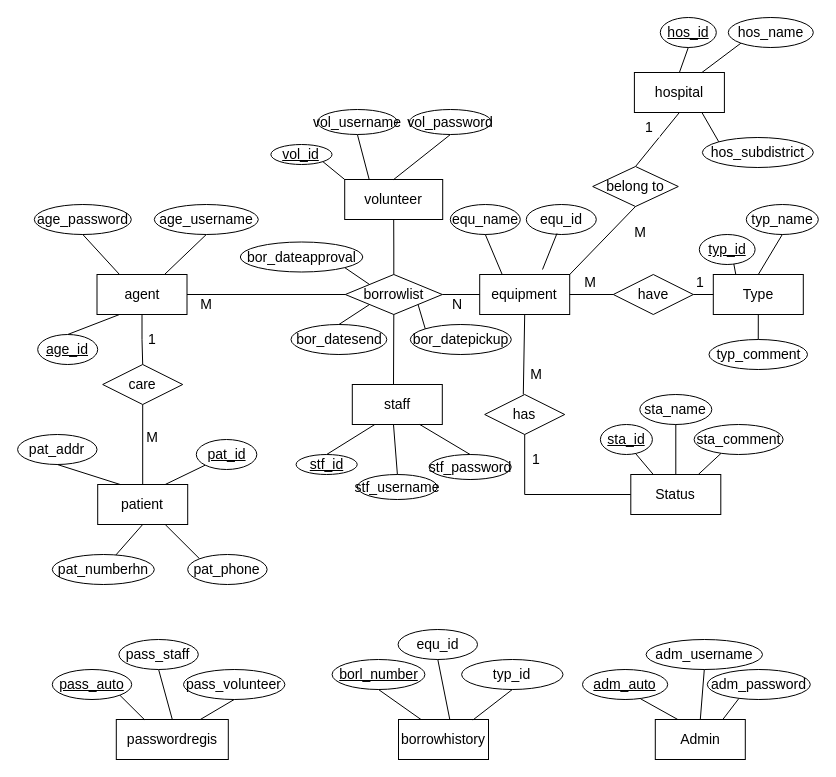
This is ER_overall_ระบบรวม_jmk_medstock.drawio from oown-mac/jmk_medstock_diagram, a draw.io file, before an edit. Source tidied: cells renumbered, new cells numbered last; positions are measured from the earlier drawing's top-left corner, leaving out a move shared by most shapes. Both pictures are drawn from the tidied source at 100%, with x=0, y=0 at pixel (17, 17).
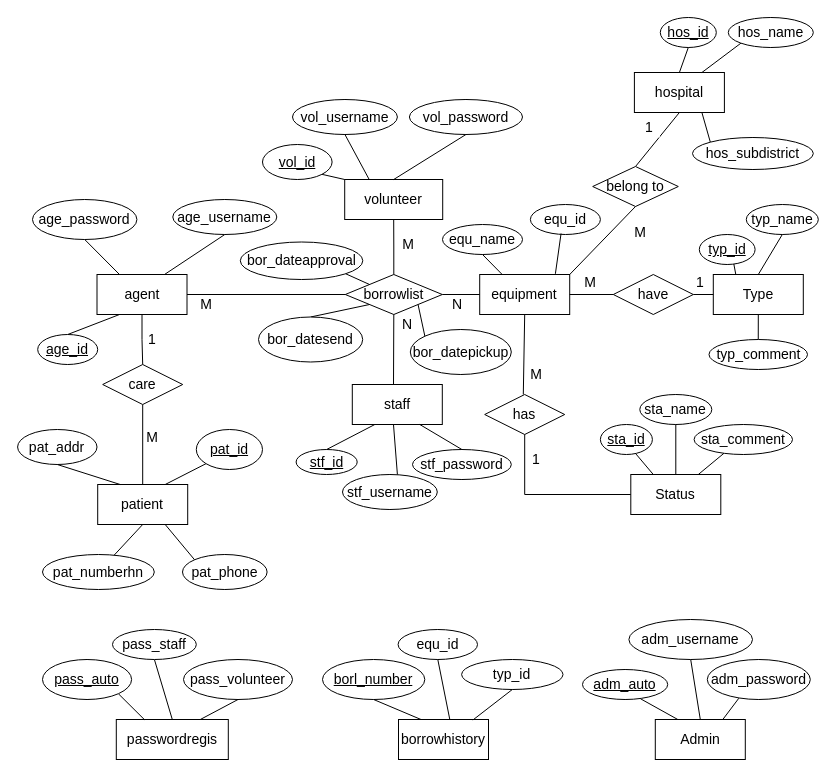
The same diagram, later.

The change refers to these unchanged cells:
```xml
<mxCell id="9" value="&lt;div&gt;&lt;font&gt;equipment&lt;/font&gt;&lt;/div&gt;" style="rounded=0;whiteSpace=wrap;html=1;fontSize=14;" parent="1" vertex="1">
  <mxGeometry x="462.2" y="257" width="90" height="40" as="geometry" />
</mxCell>
```

Change to the diagram source:
```diff
@@
     <mxCell id="37" value="&lt;font&gt;age_username&lt;/font&gt;" style="ellipse;whiteSpace=wrap;html=1;fontSize=14;" parent="1" vertex="1">
-      <mxGeometry x="136.8" y="187" width="104" height="30" as="geometry" />
+      <mxGeometry x="155.3" y="182" width="104" height="35" as="geometry" />
     </mxCell>
@@
     <mxCell id="41" value="&lt;font&gt;age_password&lt;/font&gt;" style="ellipse;whiteSpace=wrap;html=1;fontSize=14;" parent="1" vertex="1">
-      <mxGeometry x="16.8" y="187" width="97" height="30" as="geometry" />
+      <mxGeometry x="15" y="182" width="104.4" height="40" as="geometry" />
     </mxCell>
     <mxCell id="42" value="&lt;font&gt;equ_name&lt;/font&gt;" style="ellipse;whiteSpace=wrap;html=1;fontSize=14;" parent="1" vertex="1">
-      <mxGeometry x="432.8" y="187" width="70" height="30" as="geometry" />
+      <mxGeometry x="425" y="207" width="80" height="30" as="geometry" />
     </mxCell>
@@
     <mxCell id="49" value="&lt;font&gt;sta_comment&lt;/font&gt;" style="ellipse;whiteSpace=wrap;html=1;fontSize=14;" parent="1" vertex="1">
-      <mxGeometry x="676.6" y="407" width="89" height="30" as="geometry" />
+      <mxGeometry x="676.6" y="407" width="98.4" height="30" as="geometry" />
     </mxCell>
@@
     <mxCell id="52" value="&lt;font&gt;pat_numberhn&lt;/font&gt;" style="ellipse;whiteSpace=wrap;html=1;fontSize=14;" parent="1" vertex="1">
-      <mxGeometry x="34.8" y="537" width="102" height="30" as="geometry" />
+      <mxGeometry x="25" y="537" width="111.8" height="35" as="geometry" />
     </mxCell>
@@
     <mxCell id="54" value="&lt;font&gt;&lt;u&gt;pat_id&lt;/u&gt;&lt;/font&gt;" style="ellipse;whiteSpace=wrap;html=1;fontSize=14;" parent="1" vertex="1">
-      <mxGeometry x="178.8" y="422" width="60.5" height="30" as="geometry" />
+      <mxGeometry x="178.8" y="412" width="66.2" height="40" as="geometry" />
     </mxCell>
     <mxCell id="55" value="&lt;font&gt;pat_phone&lt;/font&gt;" style="ellipse;whiteSpace=wrap;html=1;fontSize=14;" parent="1" vertex="1">
-      <mxGeometry x="170.2" y="537" width="79.4" height="30" as="geometry" />
+      <mxGeometry x="165" y="537" width="84.6" height="35" as="geometry" />
     </mxCell>
     <mxCell id="56" value="&lt;font&gt;bor_datepickup&lt;/font&gt;" style="ellipse;whiteSpace=wrap;html=1;fontSize=14;" parent="1" vertex="1">
-      <mxGeometry x="392.8" y="307" width="101" height="30" as="geometry" />
+      <mxGeometry x="392.8" y="312" width="101" height="45" as="geometry" />
     </mxCell>
@@
     <mxCell id="59" value="&lt;font&gt;adm_password&lt;/font&gt;" style="ellipse;whiteSpace=wrap;html=1;fontSize=14;" parent="1" vertex="1">
-      <mxGeometry x="689.8" y="652" width="103" height="30" as="geometry" />
+      <mxGeometry x="689.8" y="642" width="103" height="40" as="geometry" />
     </mxCell>
     <mxCell id="60" value="&lt;font&gt;adm_username&lt;/font&gt;" style="ellipse;whiteSpace=wrap;html=1;fontSize=14;" parent="1" vertex="1">
-      <mxGeometry x="628.6" y="622" width="116.4" height="30" as="geometry" />
+      <mxGeometry x="611.4" y="602" width="123.6" height="40" as="geometry" />
     </mxCell>
@@
     <mxCell id="75" value="bor_datesend" style="ellipse;whiteSpace=wrap;html=1;fontSize=14;" parent="1" vertex="1">
-      <mxGeometry x="273.5" y="307" width="95.8" height="30" as="geometry" />
+      <mxGeometry x="241" y="299.5" width="104.2" height="45" as="geometry" />
     </mxCell>
@@
     <mxCell id="77" value="&lt;font&gt;bor_dateapproval&lt;/font&gt;" style="ellipse;whiteSpace=wrap;html=1;fontSize=14;" parent="1" vertex="1">
-      <mxGeometry x="222.8" y="224.5" width="122.5" height="30" as="geometry" />
+      <mxGeometry x="222.8" y="224.5" width="122.5" height="37.5" as="geometry" />
     </mxCell>
@@
     <mxCell id="82" value="&lt;font&gt;hos_subdistrict&lt;/font&gt;" style="ellipse;whiteSpace=wrap;html=1;fontSize=14;fontColor=#000000;fillColor=light-dark(#FFFFFF,var(--ge-dark-color, #121212));" parent="1" vertex="1">
-      <mxGeometry x="684.9" y="120" width="110.9" height="30" as="geometry" />
+      <mxGeometry x="675" y="120" width="120.8" height="32" as="geometry" />
     </mxCell>
@@
     <mxCell id="84" value="&lt;u&gt;vol_id&lt;/u&gt;" style="ellipse;whiteSpace=wrap;html=1;fontSize=14;" parent="1" vertex="1">
-      <mxGeometry x="253.4" y="127" width="61.1" height="20" as="geometry" />
+      <mxGeometry x="245" y="127" width="69.6" height="35" as="geometry" />
     </mxCell>
@@
     <mxCell id="86" value="vol_username" style="ellipse;whiteSpace=wrap;html=1;fontSize=14;" parent="1" vertex="1">
-      <mxGeometry x="299.9" y="92" width="80" height="25" as="geometry" />
+      <mxGeometry x="275" y="82" width="104.9" height="35" as="geometry" />
     </mxCell>
@@
     <mxCell id="88" value="vol_password" style="ellipse;whiteSpace=wrap;html=1;fontSize=14;" parent="1" vertex="1">
-      <mxGeometry x="391.9" y="92" width="82.1" height="25" as="geometry" />
+      <mxGeometry x="391.9" y="82" width="113.1" height="35" as="geometry" />
     </mxCell>
@@
     <mxCell id="91" value="&lt;font&gt;pass_staff&lt;/font&gt;" style="ellipse;whiteSpace=wrap;html=1;fontSize=14;" parent="1" vertex="1">
-      <mxGeometry x="101.4" y="622" width="79.4" height="30" as="geometry" />
+      <mxGeometry x="95" y="612" width="83.8" height="30" as="geometry" />
     </mxCell>
@@
     <mxCell id="93" value="&lt;font&gt;pass_volunteer&lt;/font&gt;" style="ellipse;whiteSpace=wrap;html=1;fontSize=14;" parent="1" vertex="1">
-      <mxGeometry x="166" y="652" width="101.4" height="30" as="geometry" />
+      <mxGeometry x="166" y="642" width="109" height="40" as="geometry" />
     </mxCell>
@@
     <mxCell id="95" value="&lt;font&gt;&lt;u&gt;pass_auto&lt;/u&gt;&lt;/font&gt;" style="ellipse;whiteSpace=wrap;html=1;fontSize=14;" parent="1" vertex="1">
-      <mxGeometry x="34.8" y="652" width="79.4" height="30" as="geometry" />
+      <mxGeometry x="25" y="642" width="89.1" height="40" as="geometry" />
     </mxCell>
@@
     <mxCell id="98" value="&lt;font&gt;&lt;u&gt;borl_number&lt;/u&gt;&lt;/font&gt;" style="ellipse;whiteSpace=wrap;html=1;fontSize=14;" parent="1" vertex="1">
-      <mxGeometry x="314.6" y="642" width="92.8" height="30" as="geometry" />
+      <mxGeometry x="305" y="642" width="102.3" height="40" as="geometry" />
     </mxCell>
@@
     <mxCell id="102" value="&lt;font&gt;equ_id&lt;/font&gt;" style="ellipse;whiteSpace=wrap;html=1;fontSize=14;" parent="1" vertex="1">
-      <mxGeometry x="508.8" y="187" width="70" height="30" as="geometry" />
+      <mxGeometry x="512.9" y="187" width="70" height="30" as="geometry" />
     </mxCell>
-    <mxCell id="103" style="endArrow=none;html=1;rounded=0;entryX=0.438;entryY=0.967;entryDx=0;entryDy=0;fontSize=14;entryPerimeter=0;" parent="1" edge="1" target="102">
-      <mxGeometry relative="1" as="geometry">
-        <mxPoint x="525" y="252" as="sourcePoint" />
-      </mxGeometry>
+    <mxCell id="103" style="endArrow=none;html=1;rounded=0;entryX=0.438;entryY=0.967;entryDx=0;entryDy=0;fontSize=14;entryPerimeter=0;exitX=0.841;exitY=-0.017;exitDx=0;exitDy=0;exitPerimeter=0;" parent="1" edge="1" source="9" target="102">
+      <mxGeometry relative="1" as="geometry" />
     </mxCell>
     <mxCell id="104" value="&lt;u&gt;stf_id&lt;/u&gt;" style="ellipse;whiteSpace=wrap;html=1;fontSize=14;" parent="1" vertex="1">
-      <mxGeometry x="278.6" y="437" width="61.1" height="20" as="geometry" />
+      <mxGeometry x="278.6" y="432" width="61.1" height="25" as="geometry" />
     </mxCell>
     <mxCell id="105" value="stf_username" style="ellipse;whiteSpace=wrap;html=1;fontSize=14;" parent="1" vertex="1">
-      <mxGeometry x="339.8" y="457" width="80" height="25" as="geometry" />
+      <mxGeometry x="325" y="457" width="94.8" height="35" as="geometry" />
     </mxCell>
     <mxCell id="106" value="stf_password" style="ellipse;whiteSpace=wrap;html=1;fontSize=14;" parent="1" vertex="1">
-      <mxGeometry x="411.6" y="437" width="82.1" height="25" as="geometry" />
+      <mxGeometry x="395" y="432" width="98.8" height="30" as="geometry" />
     </mxCell>
@@
     <mxCell id="110" value="&lt;font&gt;pat_addr&lt;/font&gt;" style="ellipse;whiteSpace=wrap;html=1;fontSize=14;" parent="1" vertex="1">
-      <mxGeometry x="0.1" y="417" width="79.4" height="30" as="geometry" />
+      <mxGeometry x="0.1" y="412" width="79.4" height="35" as="geometry" />
     </mxCell>
@@
+    <mxCell id="112" value="M" style="text;html=1;align=center;verticalAlign=middle;whiteSpace=wrap;rounded=0;fontSize=14;" parent="1" vertex="1">
+      <mxGeometry x="381" y="217" width="20" height="20" as="geometry" />
+    </mxCell>
+    <mxCell id="113" value="N" style="text;html=1;align=center;verticalAlign=middle;whiteSpace=wrap;rounded=0;fontSize=14;" parent="1" vertex="1">
+      <mxGeometry x="379.9" y="297" width="20" height="20" as="geometry" />
+    </mxCell>
```
